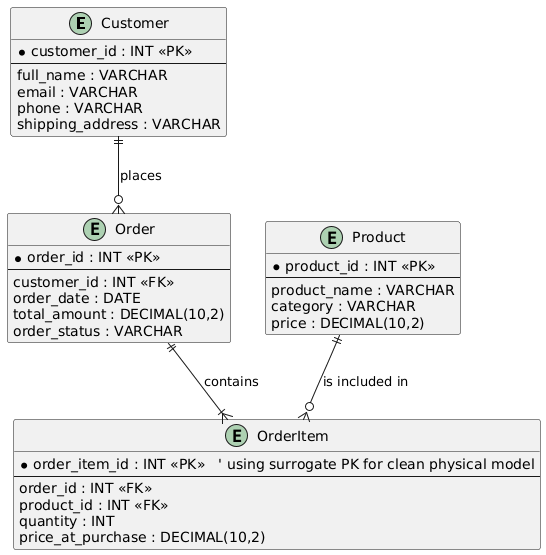
Before: er_diagram/er_diagram.png, a diagram exported from PlantUML (Airlectric/Amalitech-DEM03-Inventory-and-Order-Management-System). Source of this version:
```plantuml
@startuml
entity Customer {
  *customer_id : INT <<PK>>
  --
  full_name : VARCHAR
  email : VARCHAR
  phone : VARCHAR
  shipping_address : VARCHAR
}

entity Product {
  *product_id : INT <<PK>>
  --
  product_name : VARCHAR
  category : VARCHAR
  price : DECIMAL(10,2)
}

entity "Order" as OrderEnt {
  *order_id : INT <<PK>>
  --
  customer_id : INT <<FK>>
  order_date : DATE
  total_amount : DECIMAL(10,2)
  order_status : VARCHAR
}

entity OrderItem {
  *order_item_id : INT <<PK>>   ' using surrogate PK for clean physical model
  --
  order_id : INT <<FK>>
  product_id : INT <<FK>>
  quantity : INT
  price_at_purchase : DECIMAL(10,2)
}


Customer ||--o{ OrderEnt : "places"
OrderEnt ||--|{ OrderItem : "contains"
Product ||--o{ OrderItem : "is included in"
@enduml
```
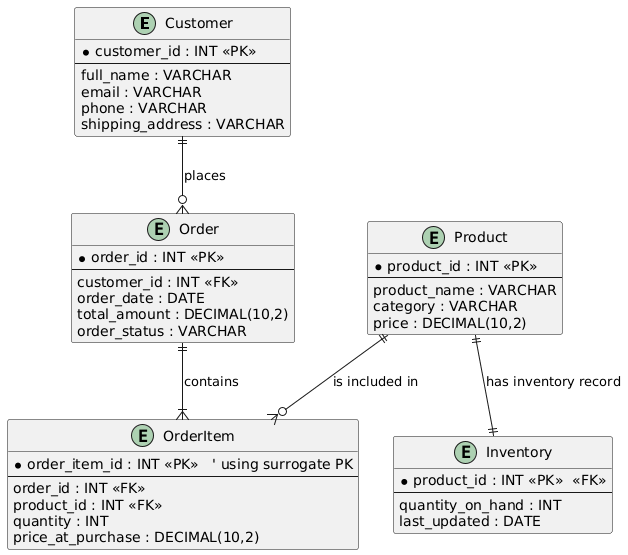
After the change.

Commit message:
included inventory in the er diagram

The edit, as a diff of the source:
```diff
@@ -26,7 +26,7 @@
 }
 
 entity OrderItem {
-  *order_item_id : INT <<PK>>   ' using surrogate PK for clean physical model
+  *order_item_id : INT <<PK>>   ' using surrogate PK
   --
   order_id : INT <<FK>>
   product_id : INT <<FK>>
@@ -34,8 +34,17 @@
   price_at_purchase : DECIMAL(10,2)
 }
 
+entity Inventory {
+  *product_id : INT <<PK>>  <<FK>>
+  --
+  quantity_on_hand : INT
+  last_updated : DATE
+}
+
 
 Customer ||--o{ OrderEnt : "places"
 OrderEnt ||--|{ OrderItem : "contains"
 Product ||--o{ OrderItem : "is included in"
+
+Product ||--|| Inventory : "has inventory record"
 @enduml
```
